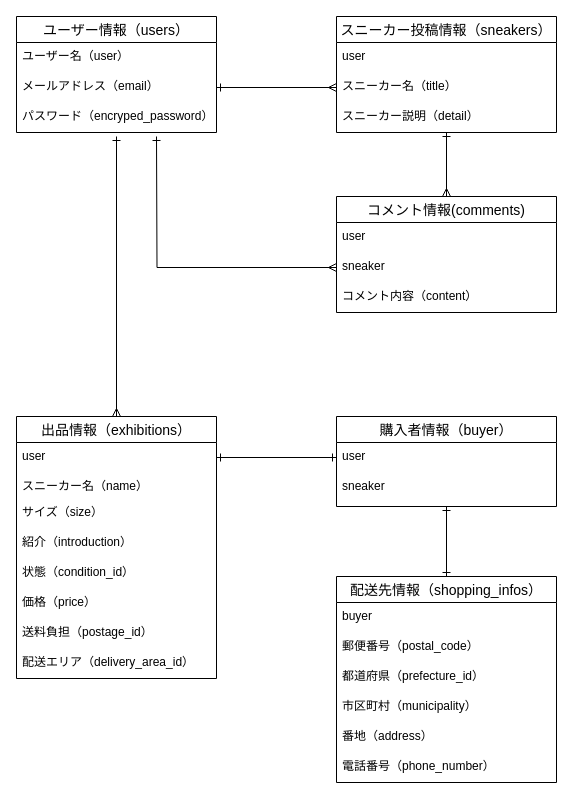
The draw.io diagram sneaker.dio in daichi-33/sneaker-hz, before the edit. Source tidied: cells renumbered, new cells numbered last; positions are measured from the earlier drawing's top-left corner, leaving out a move shared by most shapes. Both pictures are drawn from the tidied source at 100%, with x=0, y=0 at pixel (16, 16).
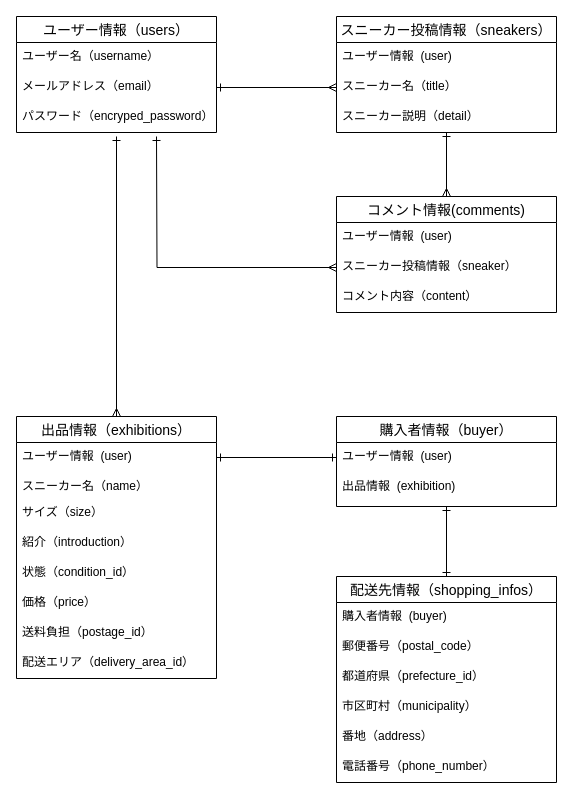
Above is the later version.

Unchanged cells that the change refers to:
```xml
<mxCell id="2" value="ユーザー情報（users）" style="swimlane;fontStyle=0;horizontal=1;startSize=26;align=center;fontSize=14;" parent="1" vertex="1">
  <mxGeometry width="200" height="116" as="geometry" />
</mxCell>
<mxCell id="7" value="スニーカー投稿情報（sneakers）" style="swimlane;fontStyle=0;horizontal=1;startSize=26;align=center;fontSize=14;" parent="1" vertex="1">
  <mxGeometry x="320" width="220" height="116" as="geometry" />
</mxCell>
<mxCell id="11" value="コメント情報(comments)" style="swimlane;fontStyle=0;horizontal=1;startSize=26;align=center;fontSize=14;" parent="1" vertex="1">
  <mxGeometry x="320" y="180" width="220" height="116" as="geometry" />
</mxCell>
<mxCell id="18" value="出品情報（exhibitions）" style="swimlane;fontStyle=0;horizontal=1;startSize=26;align=center;fontSize=14;" parent="1" vertex="1">
  <mxGeometry y="400" width="200" height="262" as="geometry" />
</mxCell>
<mxCell id="28" value="購入者情報（buyer）" style="swimlane;fontStyle=0;horizontal=1;startSize=26;align=center;fontSize=14;" parent="1" vertex="1">
  <mxGeometry x="320" y="400" width="220" height="90" as="geometry" />
</mxCell>
<mxCell id="31" value="配送先情報（shopping_infos）" style="swimlane;fontStyle=0;horizontal=1;startSize=26;align=center;fontSize=14;" parent="1" vertex="1">
  <mxGeometry x="320" y="560" width="220" height="206" as="geometry" />
</mxCell>
```

The edit, as a diff of the source:
```diff
@@
-    <mxCell id="3" value="ユーザー名（user）&#10;" style="text;strokeColor=none;fillColor=none;spacingLeft=4;spacingRight=4;overflow=hidden;fontSize=12;" parent="2" vertex="1">
+    <mxCell id="3" value="ユーザー名（username）&#10;" style="text;strokeColor=none;fillColor=none;spacingLeft=4;spacingRight=4;overflow=hidden;fontSize=12;" parent="2" vertex="1">
       <mxGeometry y="26" width="200" height="30" as="geometry" />
     </mxCell>
@@
-    <mxCell id="8" value="user" style="text;strokeColor=none;fillColor=none;spacingLeft=4;spacingRight=4;overflow=hidden;fontSize=12;" parent="7" vertex="1">
+    <mxCell id="8" value="ユーザー情報  (user)" style="text;strokeColor=none;fillColor=none;spacingLeft=4;spacingRight=4;overflow=hidden;fontSize=12;" parent="7" vertex="1">
       <mxGeometry y="26" width="220" height="30" as="geometry" />
     </mxCell>
@@
-    <mxCell id="12" value="user" style="text;strokeColor=none;fillColor=none;spacingLeft=4;spacingRight=4;overflow=hidden;fontSize=12;" parent="11" vertex="1">
+    <mxCell id="12" value="ユーザー情報  (user)" style="text;strokeColor=none;fillColor=none;spacingLeft=4;spacingRight=4;overflow=hidden;fontSize=12;" parent="11" vertex="1">
       <mxGeometry y="26" width="220" height="30" as="geometry" />
     </mxCell>
-    <mxCell id="13" value="sneaker" style="text;strokeColor=none;fillColor=none;spacingLeft=4;spacingRight=4;overflow=hidden;points=[[0,0.5],[1,0.5]];portConstraint=eastwest;fontSize=12;" parent="11" vertex="1">
+    <mxCell id="13" value="スニーカー投稿情報（sneaker）" style="text;strokeColor=none;fillColor=none;spacingLeft=4;spacingRight=4;overflow=hidden;points=[[0,0.5],[1,0.5]];portConstraint=eastwest;fontSize=12;" parent="11" vertex="1">
       <mxGeometry y="56" width="220" height="30" as="geometry" />
     </mxCell>
@@
-    <mxCell id="19" value="user" style="text;strokeColor=none;fillColor=none;spacingLeft=4;spacingRight=4;overflow=hidden;points=[[0,0.5],[1,0.5]];portConstraint=eastwest;fontSize=12;" parent="18" vertex="1">
+    <mxCell id="19" value="ユーザー情報  (user)" style="text;strokeColor=none;fillColor=none;spacingLeft=4;spacingRight=4;overflow=hidden;points=[[0,0.5],[1,0.5]];portConstraint=eastwest;fontSize=12;" parent="18" vertex="1">
       <mxGeometry y="26" width="200" height="30" as="geometry" />
     </mxCell>
@@
-    <mxCell id="29" value="user" style="text;strokeColor=none;fillColor=none;spacingLeft=4;spacingRight=4;overflow=hidden;points=[[0,0.5],[1,0.5]];portConstraint=eastwest;fontSize=12;" parent="28" vertex="1">
+    <mxCell id="29" value="ユーザー情報  (user)" style="text;strokeColor=none;fillColor=none;spacingLeft=4;spacingRight=4;overflow=hidden;points=[[0,0.5],[1,0.5]];portConstraint=eastwest;fontSize=12;" parent="28" vertex="1">
       <mxGeometry y="26" width="220" height="30" as="geometry" />
     </mxCell>
-    <mxCell id="30" value="sneaker" style="text;strokeColor=none;fillColor=none;spacingLeft=4;spacingRight=4;overflow=hidden;fontSize=12;" parent="28" vertex="1">
+    <mxCell id="30" value="出品情報  (exhibition)" style="text;strokeColor=none;fillColor=none;spacingLeft=4;spacingRight=4;overflow=hidden;fontSize=12;" parent="28" vertex="1">
       <mxGeometry y="56" width="220" height="34" as="geometry" />
     </mxCell>
@@
-    <mxCell id="32" value="buyer" style="text;strokeColor=none;fillColor=none;spacingLeft=4;spacingRight=4;overflow=hidden;fontSize=12;" parent="31" vertex="1">
+    <mxCell id="32" value="購入者情報  (buyer)" style="text;strokeColor=none;fillColor=none;spacingLeft=4;spacingRight=4;overflow=hidden;fontSize=12;" parent="31" vertex="1">
       <mxGeometry y="26" width="220" height="30" as="geometry" />
     </mxCell>
```
